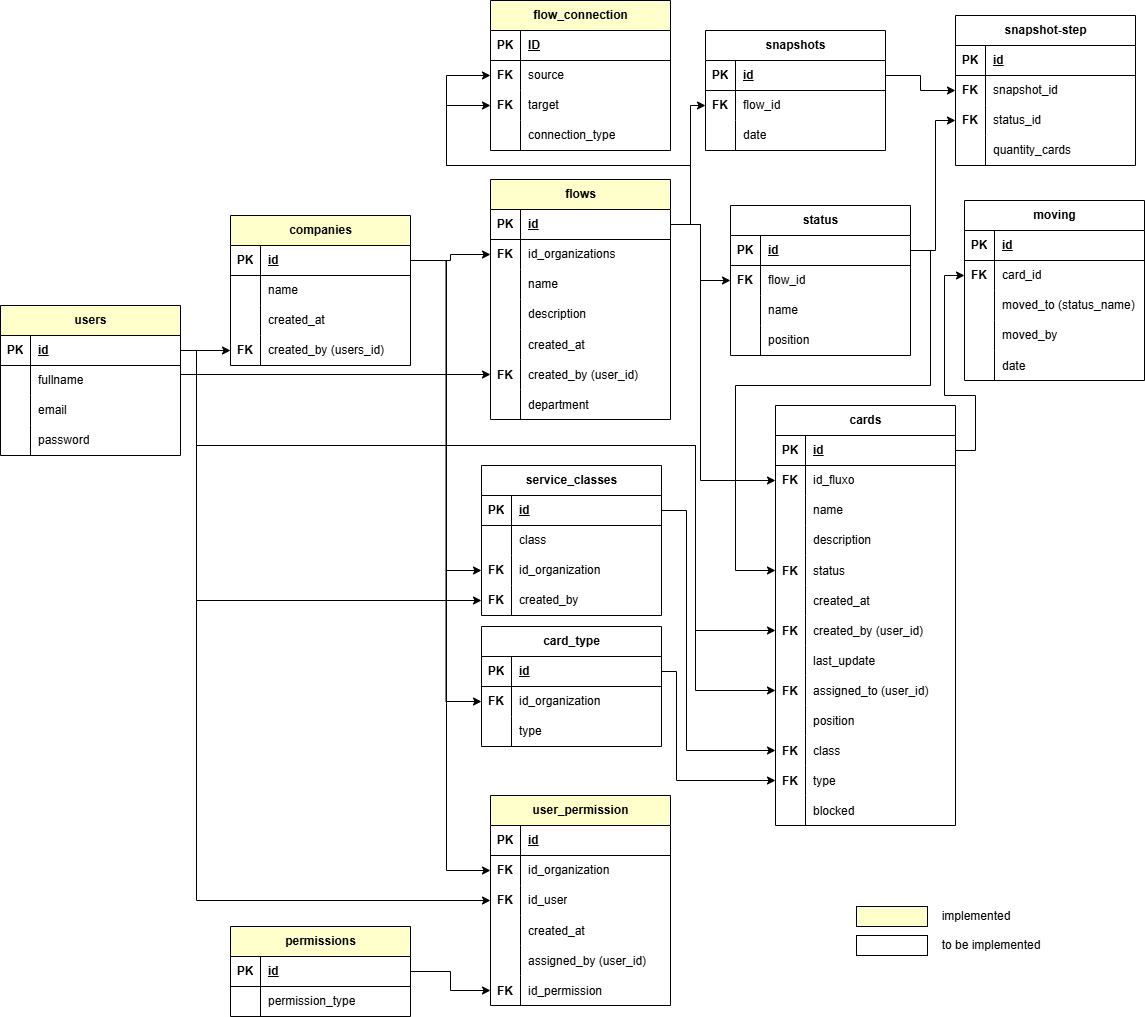
The draw.io diagram tables.png in andrechamelete/flow-management, before a commit. Source tidied: cells renumbered, new cells last; positions are measured from the earlier drawing's top-left corner, leaving out a move shared by most shapes.
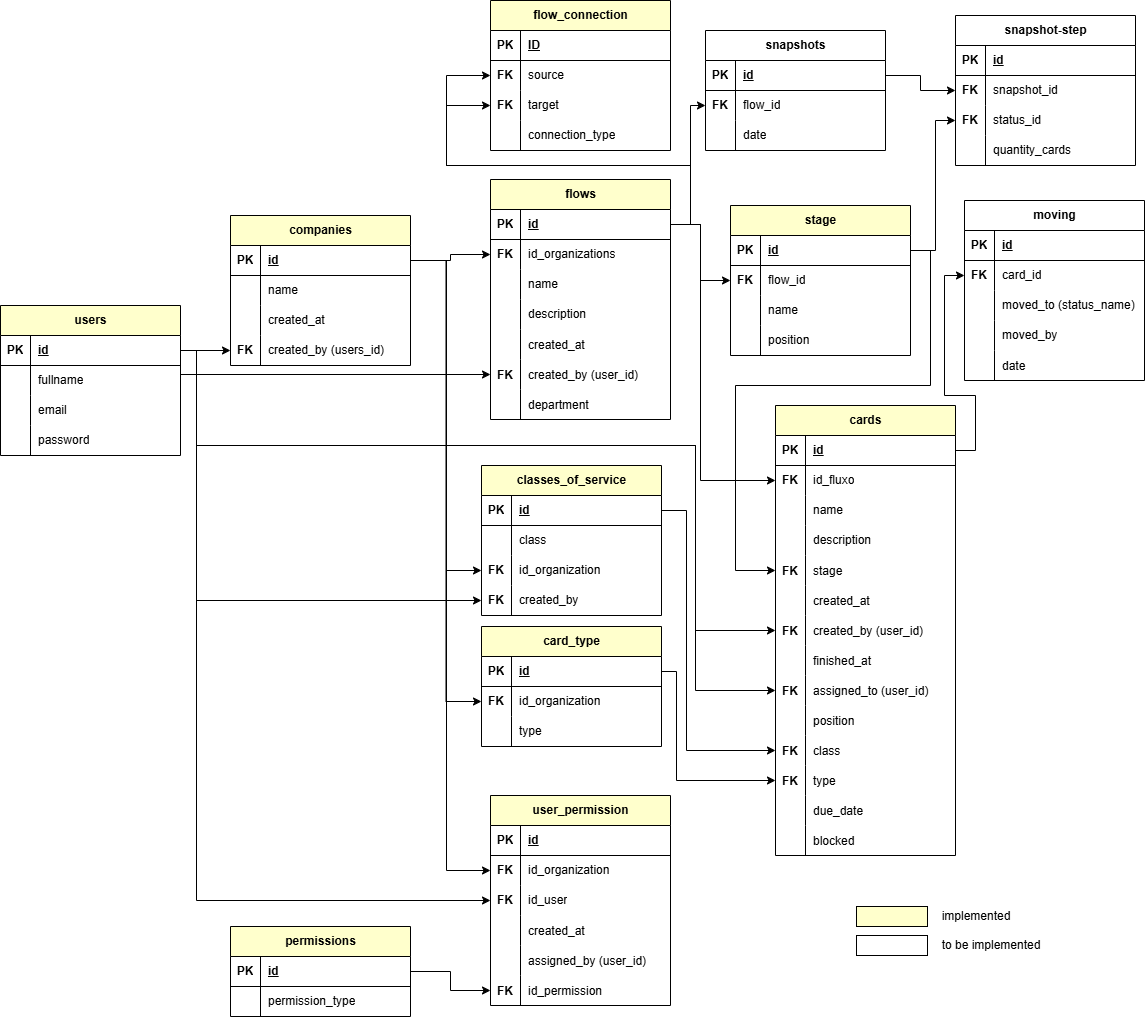
Later version of the same file.

Commit message:
updated tables schema

Change to the diagram source:
```diff
@@ -170,8 +170,8 @@
     <mxCell id="57" value="permission_type" style="shape=partialRectangle;fillColor=none;top=0;left=0;bottom=0;right=0;align=left;spacingLeft=6;overflow=hidden;whiteSpace=wrap;html=1;" parent="55" vertex="1">
       <mxGeometry x="30" width="150" height="30" as="geometry" />
     </mxCell>
-    <mxCell id="58" value="cards" style="shape=table;startSize=30;rowLines=0;fontStyle=1;align=center;html=1;" parent="1" vertex="1">
-      <mxGeometry x="775" y="405" width="180" height="420" as="geometry" />
+    <mxCell id="58" value="cards" style="shape=table;startSize=30;rowLines=0;fontStyle=1;align=center;html=1;fillColor=#FFFFCC;" parent="1" vertex="1">
+      <mxGeometry x="775" y="405" width="180" height="450" as="geometry" />
     </mxCell>
     <mxCell id="59" style="shape=tableRow;horizontal=0;startSize=0;swimlaneHead=0;swimlaneBody=0;fillColor=none;points=[[0,0.5],[1,0.5]];portConstraint=eastwest;top=0;left=0;right=0;bottom=1;" parent="58" vertex="1">
       <mxGeometry y="30" width="180" height="30" as="geometry" />
@@ -215,7 +215,7 @@
     <mxCell id="72" value="FK" style="shape=partialRectangle;fillColor=none;top=0;left=0;bottom=0;right=0;overflow=hidden;fontStyle=1;" parent="71" vertex="1">
       <mxGeometry width="30" height="30" as="geometry" />
     </mxCell>
-    <mxCell id="73" value="status" style="shape=partialRectangle;fillColor=none;top=0;left=0;bottom=0;right=0;align=left;spacingLeft=6;overflow=hidden;" parent="71" vertex="1">
+    <mxCell id="73" value="stage" style="shape=partialRectangle;fillColor=none;top=0;left=0;bottom=0;right=0;align=left;spacingLeft=6;overflow=hidden;" parent="71" vertex="1">
       <mxGeometry x="30" width="150" height="30" as="geometry" />
     </mxCell>
     <mxCell id="74" style="shape=tableRow;horizontal=0;startSize=0;swimlaneHead=0;swimlaneBody=0;fillColor=none;top=0;left=0;right=0;bottom=0;" parent="58" vertex="1">
@@ -242,7 +242,7 @@
     <mxCell id="81" style="shape=partialRectangle;fillColor=none;top=0;left=0;bottom=0;right=0;overflow=hidden;" parent="80" vertex="1">
       <mxGeometry width="30" height="30" as="geometry" />
     </mxCell>
-    <mxCell id="82" value="last_update" style="shape=partialRectangle;fillColor=none;top=0;left=0;bottom=0;right=0;align=left;spacingLeft=6;overflow=hidden;" parent="80" vertex="1">
+    <mxCell id="82" value="finished_at" style="shape=partialRectangle;fillColor=none;top=0;left=0;bottom=0;right=0;align=left;spacingLeft=6;overflow=hidden;" parent="80" vertex="1">
       <mxGeometry x="30" width="150" height="30" as="geometry" />
     </mxCell>
     <mxCell id="83" style="shape=tableRow;horizontal=0;startSize=0;swimlaneHead=0;swimlaneBody=0;fillColor=none;points=[[0,0.5],[1,0.5]];portConstraint=eastwest;top=0;left=0;right=0;bottom=0;" parent="58" vertex="1">
@@ -287,10 +287,19 @@
     <mxCell id="96" style="shape=partialRectangle;fillColor=none;top=0;left=0;bottom=0;right=0;overflow=hidden;fontStyle=1;" parent="95" vertex="1">
       <mxGeometry width="30" height="30" as="geometry" />
     </mxCell>
-    <mxCell id="97" value="blocked" style="shape=partialRectangle;fillColor=none;top=0;left=0;bottom=0;right=0;align=left;spacingLeft=6;overflow=hidden;" parent="95" vertex="1">
+    <mxCell id="97" value="due_date" style="shape=partialRectangle;fillColor=none;top=0;left=0;bottom=0;right=0;align=left;spacingLeft=6;overflow=hidden;" parent="95" vertex="1">
       <mxGeometry x="30" width="150" height="30" as="geometry" />
     </mxCell>
+    <mxCell id="231" style="shape=tableRow;horizontal=0;startSize=0;swimlaneHead=0;swimlaneBody=0;fillColor=none;top=0;left=0;right=0;bottom=0;" parent="58" vertex="1">
+      <mxGeometry y="420" width="180" height="30" as="geometry" />
+    </mxCell>
+    <mxCell id="232" style="shape=partialRectangle;fillColor=none;top=0;left=0;bottom=0;right=0;overflow=hidden;fontStyle=1;" parent="231" vertex="1">
+      <mxGeometry width="30" height="30" as="geometry" />
+    </mxCell>
+    <mxCell id="233" value="blocked" style="shape=partialRectangle;fillColor=none;top=0;left=0;bottom=0;right=0;align=left;spacingLeft=6;overflow=hidden;" parent="231" vertex="1">
+      <mxGeometry x="30" width="150" height="30" as="geometry" />
+    </mxCell>
-    <mxCell id="98" value="status" style="shape=table;startSize=30;rowLines=0;fontStyle=1;align=center;html=1;" parent="1" vertex="1">
+    <mxCell id="98" value="stage" style="shape=table;startSize=30;rowLines=0;fontStyle=1;align=center;html=1;fillColor=#FFFFCC;" parent="1" vertex="1">
       <mxGeometry x="730" y="205" width="180" height="150" as="geometry" />
     </mxCell>
     <mxCell id="99" style="shape=tableRow;horizontal=0;startSize=0;swimlaneHead=0;swimlaneBody=0;fillColor=none;points=[[0,0.5],[1,0.5]];portConstraint=eastwest;top=0;left=0;right=0;bottom=1;" parent="98" vertex="1">
@@ -579,7 +588,7 @@
         </Array>
       </mxGeometry>
     </mxCell>
-    <mxCell id="180" value="service_classes" style="shape=table;startSize=30;rowLines=0;fontStyle=1;align=center;html=1;" parent="1" vertex="1">
+    <mxCell id="180" value="classes_of_service" style="shape=table;startSize=30;rowLines=0;fontStyle=1;align=center;html=1;fillColor=#FFFFCC;" parent="1" vertex="1">
       <mxGeometry x="481" y="465" width="180" height="150" as="geometry" />
     </mxCell>
     <mxCell id="181" style="shape=tableRow;horizontal=0;startSize=0;swimlaneHead=0;swimlaneBody=0;fillColor=none;points=[[0,0.5],[1,0.5]];portConstraint=eastwest;top=0;left=0;right=0;bottom=1;" parent="180" vertex="1">
@@ -618,7 +627,7 @@
     <mxCell id="192" value="created_by" style="shape=partialRectangle;fillColor=none;top=0;left=0;bottom=0;right=0;align=left;spacingLeft=6;overflow=hidden;whiteSpace=wrap;html=1;" parent="190" vertex="1">
       <mxGeometry x="30" width="150" height="30" as="geometry" />
     </mxCell>
-    <mxCell id="193" value="card_type" style="shape=table;startSize=30;rowLines=0;fontStyle=1;align=center;html=1;" parent="1" vertex="1">
+    <mxCell id="193" value="card_type" style="shape=table;startSize=30;rowLines=0;fontStyle=1;align=center;html=1;fillColor=#FFFFCC;" parent="1" vertex="1">
       <mxGeometry x="481" y="626" width="180" height="120" as="geometry" />
     </mxCell>
     <mxCell id="194" style="shape=tableRow;horizontal=0;startSize=0;swimlaneHead=0;swimlaneBody=0;fillColor=none;points=[[0,0.5],[1,0.5]];portConstraint=eastwest;top=0;left=0;right=0;bottom=1;" parent="193" vertex="1">
```
